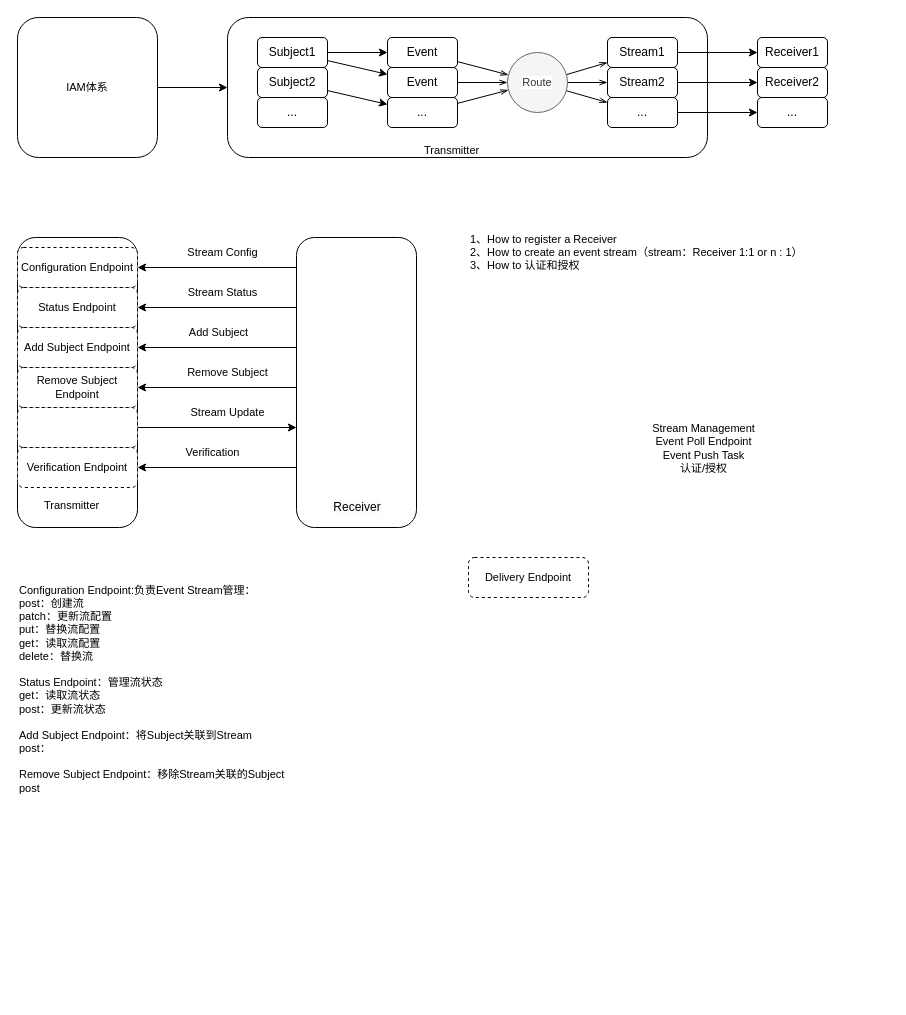
Earlier version of the draw.io diagram sharedsignals.drawio (yamilinqh/spicedb). Source tidied: cells renumbered, new cells numbered last; positions are measured from the earlier drawing's top-left corner, leaving out a move shared by most shapes. Both pictures are drawn from the tidied source at 100%, with x=0, y=0 at pixel (17, 17).
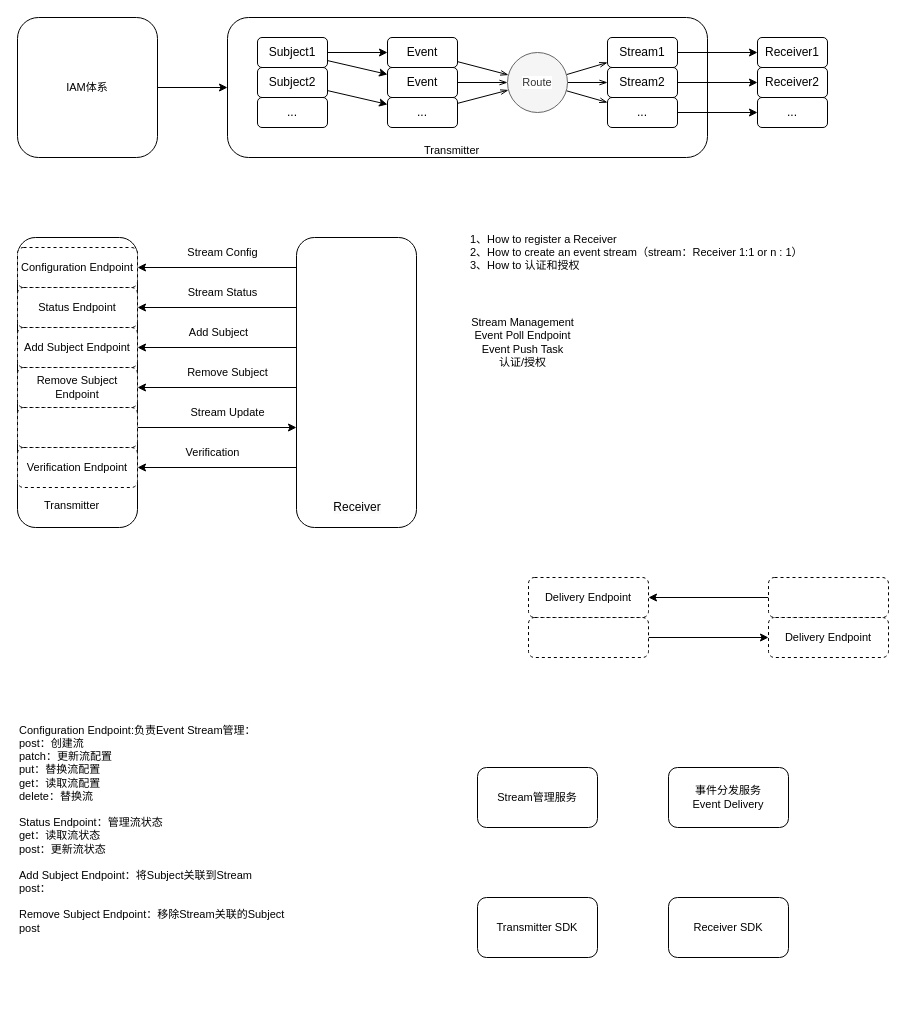
The same diagram, later.

Diff of the diagram source:
```diff
@@
     <mxCell id="59" value="Stream Management&lt;br&gt;Event Poll Endpoint&lt;br&gt;Event Push Task&lt;br&gt;认证/授权" style="text;html=1;align=center;verticalAlign=middle;strokeColor=none;fillColor=none;fontFamily=Helvetica;fontSize=11;fontColor=default;labelBackgroundColor=default;" parent="1" vertex="1">
-      <mxGeometry x="621" y="396" width="130" height="70" as="geometry" />
+      <mxGeometry x="440" y="290" width="130" height="70" as="geometry" />
     </mxCell>
@@
     <mxCell id="61" value="Delivery Endpoint" style="rounded=1;whiteSpace=wrap;html=1;fontFamily=Helvetica;fontSize=11;fontColor=default;labelBackgroundColor=default;strokeColor=default;dashed=1;" parent="1" vertex="1">
-      <mxGeometry x="451" y="540" width="120" height="40" as="geometry" />
+      <mxGeometry x="511" y="560" width="120" height="40" as="geometry" />
     </mxCell>
@@
     <mxCell id="63" value="Configuration Endpoint:负责Event Stream管理：&lt;br&gt;post：创建流&lt;br&gt;patch：更新流配置&lt;br&gt;put：替换流配置&lt;br&gt;get：读取流配置&lt;br&gt;delete：替换流&lt;br&gt;&lt;br&gt;&lt;span style=&quot;text-align: center;&quot;&gt;Status Endpoint：管理流状态&lt;br&gt;get：读取流状态&lt;br&gt;post：更新流状态&lt;br&gt;&lt;br&gt;Add Subject Endpoint：将Subject关联到Stream&lt;br&gt;post：&lt;br&gt;&lt;br&gt;Remove Subject Endpoint：移除Stream关联的Subject&lt;br&gt;post&lt;br&gt;&lt;br&gt;&lt;br&gt;&lt;/span&gt;" style="text;html=1;align=left;verticalAlign=middle;whiteSpace=wrap;rounded=0;fontFamily=Helvetica;fontSize=11;fontColor=default;labelBackgroundColor=default;" parent="1" vertex="1">
-      <mxGeometry y="530" width="392" height="310" as="geometry" />
+      <mxGeometry y="670" width="392" height="310" as="geometry" />
     </mxCell>
+    <mxCell id="64" value="Delivery Endpoint" style="rounded=1;whiteSpace=wrap;html=1;fontFamily=Helvetica;fontSize=11;fontColor=default;labelBackgroundColor=default;strokeColor=default;dashed=1;" parent="1" vertex="1">
+      <mxGeometry x="751" y="600" width="120" height="40" as="geometry" />
+    </mxCell>
+    <mxCell id="65" style="edgeStyle=none;shape=connector;rounded=0;jettySize=auto;html=1;strokeColor=default;align=center;verticalAlign=middle;fontFamily=Helvetica;fontSize=11;fontColor=default;labelBackgroundColor=default;endArrow=classic;" parent="1" edge="1" source="66" target="64">
+      <mxGeometry relative="1" as="geometry" />
+    </mxCell>
+    <mxCell id="66" style="rounded=1;whiteSpace=wrap;html=1;fontFamily=Helvetica;fontSize=11;fontColor=default;labelBackgroundColor=default;strokeColor=default;dashed=1;" parent="1" vertex="1">
+      <mxGeometry x="511" y="600" width="120" height="40" as="geometry" />
+    </mxCell>
+    <mxCell id="67" style="edgeStyle=none;shape=connector;rounded=0;jettySize=auto;html=1;strokeColor=default;align=center;verticalAlign=middle;fontFamily=Helvetica;fontSize=11;fontColor=default;labelBackgroundColor=default;endArrow=classic;" parent="1" edge="1" source="68" target="61">
+      <mxGeometry relative="1" as="geometry" />
+    </mxCell>
+    <mxCell id="68" style="rounded=1;whiteSpace=wrap;html=1;fontFamily=Helvetica;fontSize=11;fontColor=default;labelBackgroundColor=default;strokeColor=default;dashed=1;" parent="1" vertex="1">
+      <mxGeometry x="751" y="560" width="120" height="40" as="geometry" />
+    </mxCell>
+    <mxCell id="69" value="Stream管理服务" style="rounded=1;whiteSpace=wrap;html=1;fontFamily=Helvetica;fontSize=11;fontColor=default;labelBackgroundColor=default;" parent="1" vertex="1">
+      <mxGeometry x="460" y="750" width="120" height="60" as="geometry" />
+    </mxCell>
+    <mxCell id="70" value="事件分发服务&lt;br&gt;Event Delivery" style="rounded=1;whiteSpace=wrap;html=1;fontFamily=Helvetica;fontSize=11;fontColor=default;labelBackgroundColor=default;" parent="1" vertex="1">
+      <mxGeometry x="651" y="750" width="120" height="60" as="geometry" />
+    </mxCell>
+    <mxCell id="71" value="Transmitter SDK" style="rounded=1;whiteSpace=wrap;html=1;fontFamily=Helvetica;fontSize=11;fontColor=default;labelBackgroundColor=default;" parent="1" vertex="1">
+      <mxGeometry x="460" y="880" width="120" height="60" as="geometry" />
+    </mxCell>
+    <mxCell id="72" value="Receiver SDK" style="rounded=1;whiteSpace=wrap;html=1;fontFamily=Helvetica;fontSize=11;fontColor=default;labelBackgroundColor=default;" parent="1" vertex="1">
+      <mxGeometry x="651" y="880" width="120" height="60" as="geometry" />
+    </mxCell>
```
